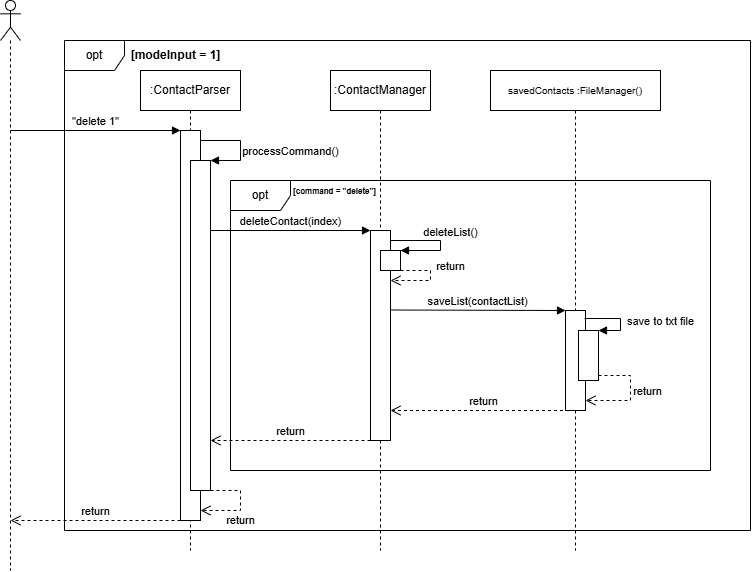
Earlier version of the draw.io export docs/Images(DG)/DeleteContact.drawio.png (parasytezz/tp). Source tidied: cells renumbered, new cells last; positions are measured from the earlier drawing's top-left corner, leaving out a move shared by most shapes.
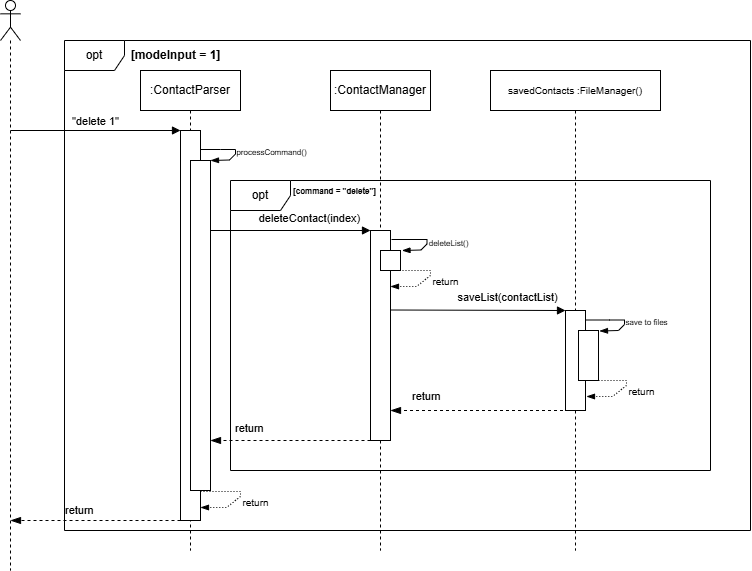
After the commit.

What changed in the source:
```diff
@@ -1,4 +1,4 @@
-<mxGraphModel>
+<mxGraphModel background="#ffffff">
   <root>
     <mxCell id="0" />
     <mxCell id="1" parent="0" />
@@ -20,15 +20,6 @@
     <mxCell id="7" style="html=1;points=[[0,0,0,0,5],[0,1,0,0,-5],[1,0,0,0,5],[1,1,0,0,-5]];perimeter=orthogonalPerimeter;outlineConnect=0;targetShapes=umlLifeline;portConstraint=eastwest;newEdgeStyle={&quot;curved&quot;:0,&quot;rounded&quot;:0};" parent="5" vertex="1">
       <mxGeometry x="50" y="180" width="20" height="20" as="geometry" />
     </mxCell>
-    <mxCell id="8" value="return" style="html=1;verticalAlign=bottom;endArrow=open;dashed=1;endSize=8;curved=0;rounded=0;" parent="5" edge="1" target="6">
-      <mxGeometry x="-0.11" y="20" relative="1" as="geometry">
-        <mxPoint x="70" y="200" as="sourcePoint" />
-        <Array as="points">
-          <mxPoint x="100" y="200" />
-          <mxPoint x="100" y="210" />
-        </Array>
-      </mxGeometry>
-    </mxCell>
     <mxCell id="9" value=":ContactParser" style="shape=umlLifeline;perimeter=lifelinePerimeter;whiteSpace=wrap;html=1;newEdgeStyle={&quot;curved&quot;:0,&quot;rounded&quot;:0};" parent="1" vertex="1">
       <mxGeometry x="140" y="70" width="100" height="480" as="geometry" />
     </mxCell>
@@ -38,33 +29,14 @@
     <mxCell id="11" style="html=1;points=[[0,0,0,0,5],[0,1,0,0,-5],[1,0,0,0,5],[1,1,0,0,-5]];perimeter=orthogonalPerimeter;outlineConnect=0;targetShapes=umlLifeline;portConstraint=eastwest;newEdgeStyle={&quot;curved&quot;:0,&quot;rounded&quot;:0};" parent="9" vertex="1">
       <mxGeometry x="50" y="90" width="20" height="330" as="geometry" />
     </mxCell>
-    <mxCell id="12" value="return" style="html=1;verticalAlign=bottom;endArrow=open;dashed=1;endSize=8;curved=0;rounded=0;" parent="9" edge="1" source="11" target="10">
-      <mxGeometry x="0.11" y="-20" relative="1" as="geometry">
-        <Array as="points">
-          <mxPoint x="100" y="420" />
-          <mxPoint x="100" y="440" />
-        </Array>
-        <mxPoint x="20" y="20" as="offset" />
-      </mxGeometry>
-    </mxCell>
     <mxCell id="13" value="&quot;delete 1&quot;" style="html=1;verticalAlign=bottom;endArrow=block;curved=0;rounded=0;" parent="1" edge="1">
       <mxGeometry relative="1" as="geometry">
         <mxPoint x="10" y="130" as="sourcePoint" />
         <mxPoint x="180" y="130" as="targetPoint" />
       </mxGeometry>
     </mxCell>
-    <mxCell id="14" value="processCommand()" style="html=1;verticalAlign=bottom;endArrow=block;curved=0;rounded=0;entryX=1;entryY=0;entryDx=0;entryDy=0;entryPerimeter=0;" parent="1" edge="1" target="11">
-      <mxGeometry x="0.33" y="-50" relative="1" as="geometry">
-        <mxPoint x="200" y="140" as="sourcePoint" />
-        <Array as="points">
-          <mxPoint x="240" y="140" />
-          <mxPoint x="240" y="160" />
-        </Array>
-        <mxPoint x="50" y="50" as="offset" />
-      </mxGeometry>
-    </mxCell>
     <mxCell id="15" value="deleteContact(index)" style="html=1;verticalAlign=bottom;endArrow=block;curved=0;rounded=0;" parent="1" edge="1" target="6">
-      <mxGeometry relative="1" as="geometry">
+      <mxGeometry x="0.24" y="3" relative="1" as="geometry">
         <mxPoint x="210" y="230" as="sourcePoint" />
       </mxGeometry>
     </mxCell>
@@ -74,15 +46,6 @@
     <mxCell id="17" value="&lt;b&gt;&lt;font style=&quot;font-size: 8px;&quot;&gt;[command = &quot;delete&quot;]&lt;/font&gt;&lt;/b&gt;" style="text;html=1;align=center;verticalAlign=middle;strokeColor=none;fillColor=none;" parent="1" vertex="1">
       <mxGeometry x="279" y="175" width="110" height="30" as="geometry" />
     </mxCell>
-    <mxCell id="18" value="deleteList()" style="html=1;verticalAlign=bottom;endArrow=block;curved=0;rounded=0;" parent="1" edge="1" target="7">
-      <mxGeometry y="10" relative="1" as="geometry">
-        <mxPoint x="390" y="240" as="sourcePoint" />
-        <Array as="points">
-          <mxPoint x="440" y="240" />
-          <mxPoint x="440" y="250" />
-        </Array>
-      </mxGeometry>
-    </mxCell>
     <mxCell id="19" value="&lt;font style=&quot;font-size: 10px;&quot;&gt;savedContacts :FileManager()&lt;/font&gt;" style="shape=umlLifeline;perimeter=lifelinePerimeter;whiteSpace=wrap;html=1;outlineConnect=0;portConstraint=eastwest;newEdgeStyle={&quot;curved&quot;:0,&quot;rounded&quot;:0};" parent="1" vertex="1">
       <mxGeometry x="490" y="70" width="170" height="480" as="geometry" />
     </mxCell>
@@ -92,45 +55,101 @@
     <mxCell id="21" style="html=1;points=[[0,0,0,0,5],[0,1,0,0,-5],[1,0,0,0,5],[1,1,0,0,-5]];perimeter=orthogonalPerimeter;outlineConnect=0;targetShapes=umlLifeline;portConstraint=eastwest;newEdgeStyle={&quot;curved&quot;:0,&quot;rounded&quot;:0};" parent="19" vertex="1">
       <mxGeometry x="88" y="260" width="20" height="50" as="geometry" />
     </mxCell>
-    <mxCell id="22" value="return" style="html=1;verticalAlign=bottom;endArrow=open;dashed=1;endSize=8;curved=0;rounded=0;exitX=1;exitY=1;exitDx=0;exitDy=-5;exitPerimeter=0;" parent="19" edge="1" source="21" target="20">
-      <mxGeometry x="0.18" y="-20" relative="1" as="geometry">
-        <Array as="points">
-          <mxPoint x="140" y="305" />
-          <mxPoint x="140" y="330" />
-        </Array>
-        <mxPoint x="20" y="20" as="offset" />
-      </mxGeometry>
-    </mxCell>
     <mxCell id="23" value="saveList(contactList)" style="html=1;verticalAlign=bottom;endArrow=block;curved=0;rounded=0;" parent="1" edge="1" target="20">
-      <mxGeometry relative="1" as="geometry">
+      <mxGeometry x="0.34" y="4" relative="1" as="geometry">
         <mxPoint x="390" y="309.5" as="sourcePoint" />
       </mxGeometry>
     </mxCell>
-    <mxCell id="24" value="save to txt file" style="html=1;verticalAlign=bottom;endArrow=block;curved=0;rounded=0;" parent="1" edge="1" target="21">
-      <mxGeometry x="0.37" y="-40" relative="1" as="geometry">
-        <mxPoint x="584" y="318" as="sourcePoint" />
-        <Array as="points">
-          <mxPoint x="620" y="318" />
-          <mxPoint x="620" y="330" />
-        </Array>
-        <mxPoint x="40" y="40" as="offset" />
-      </mxGeometry>
-    </mxCell>
-    <mxCell id="25" value="return" style="html=1;verticalAlign=bottom;endArrow=open;dashed=1;endSize=8;curved=0;rounded=0;" parent="1" edge="1" source="19">
-      <mxGeometry relative="1" as="geometry">
+    <mxCell id="25" value="return" style="html=1;verticalAlign=middle;endArrow=blockThin;dashed=1;endSize=8;curved=0;rounded=0;strokeColor=default;align=left;spacingLeft=2;fontFamily=Helvetica;fontSize=11;fontColor=default;labelBackgroundColor=default;endFill=1;" parent="1" edge="1" source="19">
+      <mxGeometry x="0.8" y="-14" relative="1" as="geometry">
         <mxPoint x="390" y="410" as="targetPoint" />
       </mxGeometry>
     </mxCell>
-    <mxCell id="26" value="return" style="html=1;verticalAlign=bottom;endArrow=open;dashed=1;endSize=8;curved=0;rounded=0;" parent="1" edge="1">
-      <mxGeometry relative="1" as="geometry">
+    <mxCell id="26" value="return" style="html=1;verticalAlign=middle;endArrow=blockThin;dashed=1;endSize=8;curved=0;rounded=0;strokeColor=default;align=left;spacingLeft=2;fontFamily=Helvetica;fontSize=11;fontColor=default;labelBackgroundColor=default;endFill=1;" parent="1" edge="1">
+      <mxGeometry x="0.74" y="-12" relative="1" as="geometry">
         <mxPoint x="370" y="440" as="sourcePoint" />
         <mxPoint x="210" y="440" as="targetPoint" />
       </mxGeometry>
     </mxCell>
-    <mxCell id="27" value="return" style="html=1;verticalAlign=bottom;endArrow=open;dashed=1;endSize=8;curved=0;rounded=0;" parent="1" edge="1" source="10">
-      <mxGeometry relative="1" as="geometry">
+    <mxCell id="27" value="return" style="html=1;verticalAlign=middle;endArrow=blockThin;dashed=1;endSize=8;curved=0;rounded=0;strokeColor=default;align=left;spacingLeft=2;fontFamily=Helvetica;fontSize=11;fontColor=default;labelBackgroundColor=default;endFill=1;" parent="1" edge="1" source="10">
+      <mxGeometry x="0.4" y="-10" relative="1" as="geometry">
         <mxPoint x="10" y="520" as="targetPoint" />
       </mxGeometry>
     </mxCell>
+    <mxCell id="28" value="&lt;font style=&quot;font-size: 10px;&quot;&gt;return&lt;/font&gt;" style="html=1;verticalAlign=bottom;endArrow=blockThin;curved=0;rounded=0;exitX=1;exitY=0;exitDx=0;exitDy=5;exitPerimeter=0;endFill=1;dashed=1;dashPattern=1 2;" parent="1" edge="1" target="10">
+      <mxGeometry x="0.01" y="22" relative="1" as="geometry">
+        <mxPoint x="200" y="491" as="sourcePoint" />
+        <Array as="points">
+          <mxPoint x="215" y="491" />
+          <mxPoint x="240" y="491" />
+          <mxPoint x="240" y="496" />
+          <mxPoint x="226" y="507" />
+        </Array>
+        <mxPoint x="2" y="-2" as="offset" />
+      </mxGeometry>
+    </mxCell>
+    <mxCell id="14" value="&lt;font style=&quot;font-size: 8px;&quot;&gt;processCommand()&lt;/font&gt;" style="html=1;verticalAlign=bottom;endArrow=blockThin;curved=0;rounded=0;endFill=1;" parent="1" edge="1" source="10">
+      <mxGeometry x="0.18" y="37" relative="1" as="geometry">
+        <mxPoint x="210" y="160" as="targetPoint" />
+        <Array as="points">
+          <mxPoint x="220" y="149" />
+          <mxPoint x="235" y="149" />
+          <mxPoint x="235" y="153.5" />
+          <mxPoint x="229" y="159.5" />
+        </Array>
+        <mxPoint x="10" y="-20" as="offset" />
+      </mxGeometry>
+    </mxCell>
+    <mxCell id="29" value="&lt;font style=&quot;font-size: 10px;&quot;&gt;return&lt;/font&gt;" style="html=1;verticalAlign=bottom;endArrow=blockThin;curved=0;rounded=0;exitX=1;exitY=0;exitDx=0;exitDy=5;exitPerimeter=0;endFill=1;dashed=1;dashPattern=1 2;" parent="1" edge="1">
+      <mxGeometry x="0.01" y="22" relative="1" as="geometry">
+        <mxPoint x="586" y="380" as="sourcePoint" />
+        <mxPoint x="586" y="396" as="targetPoint" />
+        <Array as="points">
+          <mxPoint x="601" y="380" />
+          <mxPoint x="626" y="380" />
+          <mxPoint x="626" y="385" />
+          <mxPoint x="612" y="396" />
+        </Array>
+        <mxPoint x="2" y="-2" as="offset" />
+      </mxGeometry>
+    </mxCell>
+    <mxCell id="30" value="&lt;font style=&quot;font-size: 8px;&quot;&gt;save to files&lt;/font&gt;" style="html=1;verticalAlign=bottom;endArrow=blockThin;curved=0;rounded=0;endFill=1;" parent="1" edge="1" source="20">
+      <mxGeometry x="0.23" y="23" relative="1" as="geometry">
+        <mxPoint x="599" y="330.5" as="targetPoint" />
+        <Array as="points">
+          <mxPoint x="609" y="319.5" />
+          <mxPoint x="624" y="319.5" />
+          <mxPoint x="624" y="324" />
+          <mxPoint x="618" y="330" />
+        </Array>
+        <mxPoint x="6" y="-10" as="offset" />
+      </mxGeometry>
+    </mxCell>
+    <mxCell id="18" value="&lt;font style=&quot;font-size: 8px;&quot;&gt;deleteList()&lt;/font&gt;" style="html=1;verticalAlign=bottom;endArrow=blockThin;curved=0;rounded=0;endFill=1;" parent="1" edge="1">
+      <mxGeometry x="0.23" y="23" relative="1" as="geometry">
+        <mxPoint x="391" y="239" as="sourcePoint" />
+        <mxPoint x="401.5" y="250" as="targetPoint" />
+        <Array as="points">
+          <mxPoint x="411.5" y="239" />
+          <mxPoint x="426.5" y="239" />
+          <mxPoint x="426.5" y="243.5" />
+          <mxPoint x="420.5" y="249.5" />
+        </Array>
+        <mxPoint x="6" y="-10" as="offset" />
+      </mxGeometry>
+    </mxCell>
+    <mxCell id="31" value="&lt;font style=&quot;font-size: 10px;&quot;&gt;return&lt;/font&gt;" style="html=1;verticalAlign=bottom;endArrow=blockThin;curved=0;rounded=0;exitX=1;exitY=0;exitDx=0;exitDy=5;exitPerimeter=0;endFill=1;dashed=1;dashPattern=1 2;" parent="1" edge="1">
+      <mxGeometry x="0.01" y="22" relative="1" as="geometry">
+        <mxPoint x="390" y="270" as="sourcePoint" />
+        <mxPoint x="390" y="286" as="targetPoint" />
+        <Array as="points">
+          <mxPoint x="405" y="270" />
+          <mxPoint x="430" y="270" />
+          <mxPoint x="430" y="275" />
+          <mxPoint x="416" y="286" />
+        </Array>
+        <mxPoint x="2" y="-2" as="offset" />
+      </mxGeometry>
+    </mxCell>
   </root>
 </mxGraphModel>
```
